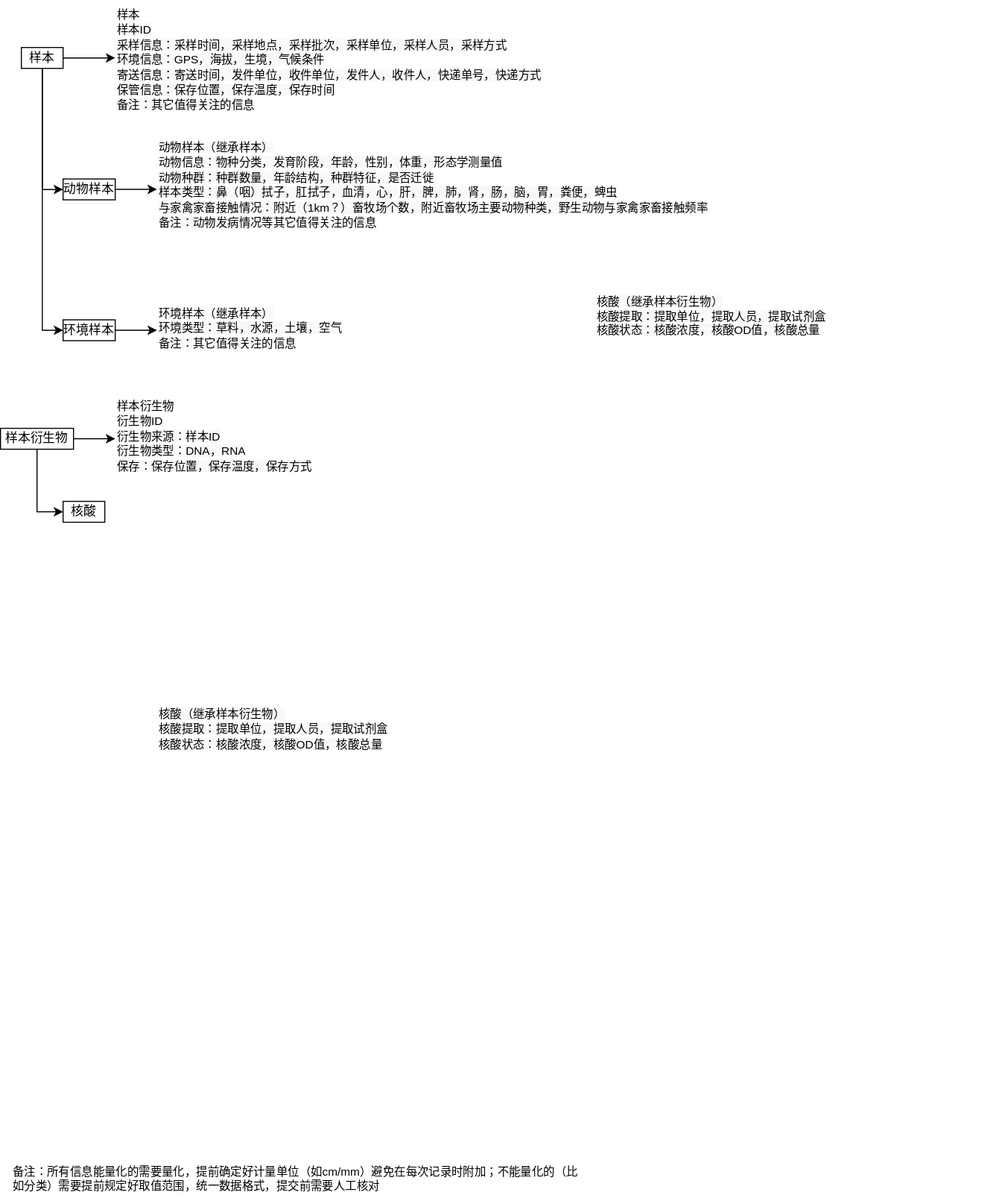
Earlier version of the draw.io export Copy of 病原大数据共享平台ER图.drawio.svg (dailypartita/diagram-kaiti). Source tidied: cells renumbered, new cells last; positions are measured from the earlier drawing's top-left corner, leaving out a move shared by most shapes.
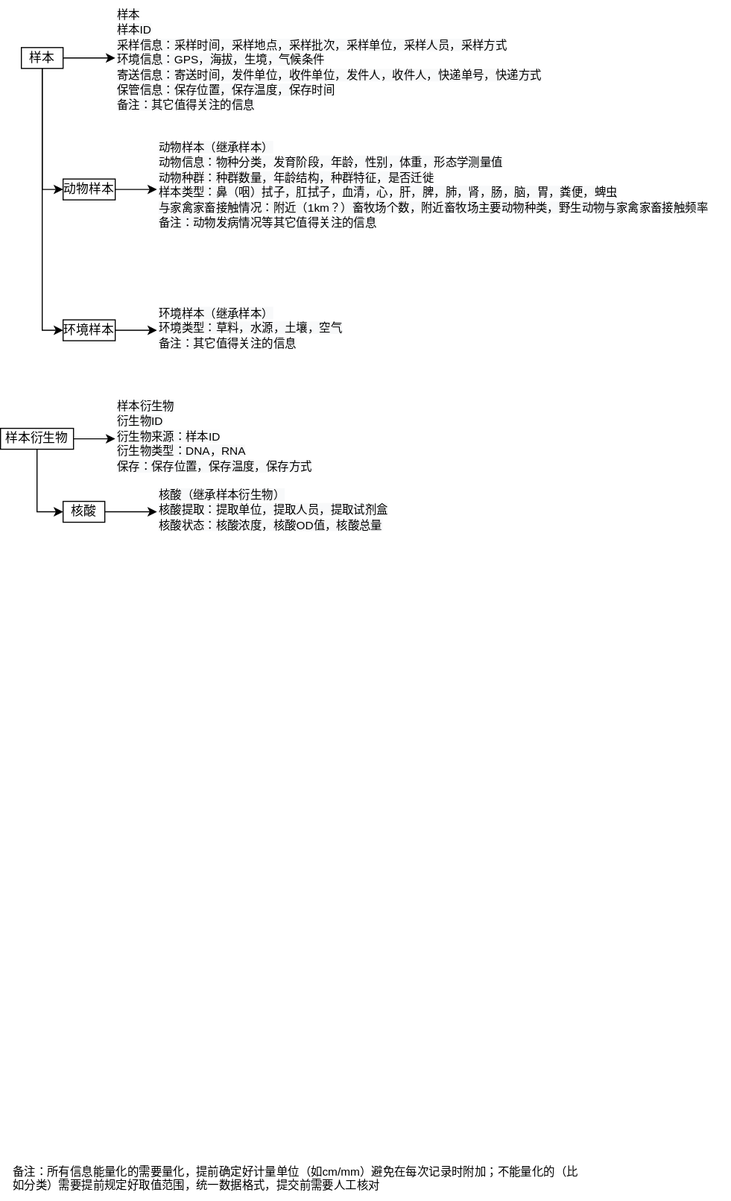
Later version of the same file.

Commit message:
Update Copy of 病原大数据共享平台ER图.drawio.svg

What changed in the source:
```diff
@@ -49,15 +49,15 @@
     <mxCell id="12" value="样本衍生物" style="rounded=0;whiteSpace=wrap;html=1;" parent="1" vertex="1">
       <mxGeometry y="410" width="70" height="20" as="geometry" />
     </mxCell>
+    <mxCell id="21" style="edgeStyle=orthogonalEdgeStyle;rounded=0;jettySize=auto;html=1;entryX=0;entryY=0.5;entryDx=0;entryDy=0;" parent="1" edge="1" source="13" target="20">
+      <mxGeometry relative="1" as="geometry" />
+    </mxCell>
     <mxCell id="13" value="核酸" style="rounded=0;whiteSpace=wrap;html=1;" parent="1" vertex="1">
       <mxGeometry x="60" y="480" width="40" height="20" as="geometry" />
     </mxCell>
     <mxCell id="14" value="备注：所有信息能量化的需要量化，提前确定好计量单位（如cm/mm）避免在每次记录时附加；不能量化的（比如分类）需要提前规定好取值范围，统一数据格式，提交前需要人工核对" style="text;whiteSpace=wrap;html=1;fontSize=11;" parent="1" vertex="1">
       <mxGeometry x="10" y="1110" width="550" height="40" as="geometry" />
     </mxCell>
-    <mxCell id="15" value="&#10;&#10;&lt;span style=&quot;color: rgb(0, 0, 0); font-family: helvetica; font-size: 11px; font-style: normal; font-weight: 400; letter-spacing: normal; text-align: left; text-indent: 0px; text-transform: none; word-spacing: 0px; background-color: rgb(248, 249, 250); display: inline; float: none;&quot;&gt;核酸（继承样本衍生物）&lt;/span&gt;&lt;br style=&quot;color: rgb(0, 0, 0); font-family: helvetica; font-size: 11px; font-style: normal; font-weight: 400; letter-spacing: normal; text-align: left; text-indent: 0px; text-transform: none; word-spacing: 0px; background-color: rgb(248, 249, 250);&quot;&gt;&lt;span style=&quot;color: rgb(0, 0, 0); font-family: helvetica; font-size: 11px; font-style: normal; font-weight: 400; letter-spacing: normal; text-align: left; text-indent: 0px; text-transform: none; word-spacing: 0px; background-color: rgb(248, 249, 250); display: inline; float: none;&quot;&gt;核酸提取：提取单位，提取人员，提取试剂盒&lt;/span&gt;&lt;br style=&quot;color: rgb(0, 0, 0); font-family: helvetica; font-size: 11px; font-style: normal; font-weight: 400; letter-spacing: normal; text-align: left; text-indent: 0px; text-transform: none; word-spacing: 0px; background-color: rgb(248, 249, 250);&quot;&gt;&lt;span style=&quot;color: rgb(0, 0, 0); font-family: helvetica; font-size: 11px; font-style: normal; font-weight: 400; letter-spacing: normal; text-align: left; text-indent: 0px; text-transform: none; word-spacing: 0px; background-color: rgb(248, 249, 250); display: inline; float: none;&quot;&gt;核酸状态：核酸浓度，核酸OD值，核酸总量&lt;/span&gt;&#10;&#10;" style="text;whiteSpace=wrap;html=1;fontSize=11;" parent="1" vertex="1">
-      <mxGeometry x="570" y="250" width="390" height="540" as="geometry" />
-    </mxCell>
     <mxCell id="16" value="&lt;span style=&quot;color: rgb(0, 0, 0); font-family: helvetica; font-size: 11px; font-style: normal; font-weight: 400; letter-spacing: normal; text-align: left; text-indent: 0px; text-transform: none; word-spacing: 0px; background-color: rgb(248, 249, 250); display: inline; float: none;&quot;&gt;样本&lt;/span&gt;&lt;br style=&quot;color: rgb(0, 0, 0); font-family: helvetica; font-size: 11px; font-style: normal; font-weight: 400; letter-spacing: normal; text-align: left; text-indent: 0px; text-transform: none; word-spacing: 0px; background-color: rgb(248, 249, 250);&quot;&gt;&lt;span style=&quot;color: rgb(0, 0, 0); font-family: helvetica; font-size: 11px; font-style: normal; font-weight: 400; letter-spacing: normal; text-align: left; text-indent: 0px; text-transform: none; word-spacing: 0px; background-color: rgb(248, 249, 250); display: inline; float: none;&quot;&gt;样本ID&lt;/span&gt;&lt;br style=&quot;color: rgb(0, 0, 0); font-family: helvetica; font-size: 11px; font-style: normal; font-weight: 400; letter-spacing: normal; text-align: left; text-indent: 0px; text-transform: none; word-spacing: 0px; background-color: rgb(248, 249, 250);&quot;&gt;&lt;span style=&quot;color: rgb(0, 0, 0); font-family: helvetica; font-size: 11px; font-style: normal; font-weight: 400; letter-spacing: normal; text-align: left; text-indent: 0px; text-transform: none; word-spacing: 0px; background-color: rgb(248, 249, 250); display: inline; float: none;&quot;&gt;采样信息：采样时间，采样地点，采样批次，采样单位，采样人员，采样方式&lt;/span&gt;&lt;br style=&quot;color: rgb(0, 0, 0); font-family: helvetica; font-size: 11px; font-style: normal; font-weight: 400; letter-spacing: normal; text-align: left; text-indent: 0px; text-transform: none; word-spacing: 0px; background-color: rgb(248, 249, 250);&quot;&gt;&lt;span style=&quot;color: rgb(0, 0, 0); font-family: helvetica; font-size: 11px; font-style: normal; font-weight: 400; letter-spacing: normal; text-align: left; text-indent: 0px; text-transform: none; word-spacing: 0px; background-color: rgb(248, 249, 250); display: inline; float: none;&quot;&gt;环境信息：GPS，海拔，生境，气候条件&lt;/span&gt;&lt;br style=&quot;color: rgb(0, 0, 0); font-family: helvetica; font-size: 11px; font-style: normal; font-weight: 400; letter-spacing: normal; text-align: left; text-indent: 0px; text-transform: none; word-spacing: 0px; background-color: rgb(248, 249, 250);&quot;&gt;&lt;span style=&quot;color: rgb(0, 0, 0); font-family: helvetica; font-size: 11px; font-style: normal; font-weight: 400; letter-spacing: normal; text-align: left; text-indent: 0px; text-transform: none; word-spacing: 0px; background-color: rgb(248, 249, 250); display: inline; float: none;&quot;&gt;寄送信息：寄送时间，发件单位，收件单位，发件人，收件人，快递单号，快递方式&lt;/span&gt;&lt;br style=&quot;color: rgb(0, 0, 0); font-family: helvetica; font-size: 11px; font-style: normal; font-weight: 400; letter-spacing: normal; text-align: left; text-indent: 0px; text-transform: none; word-spacing: 0px; background-color: rgb(248, 249, 250);&quot;&gt;&lt;span style=&quot;color: rgb(0, 0, 0); font-family: helvetica; font-size: 11px; font-style: normal; font-weight: 400; letter-spacing: normal; text-align: left; text-indent: 0px; text-transform: none; word-spacing: 0px; background-color: rgb(248, 249, 250); display: inline; float: none;&quot;&gt;保管信息：保存位置，保存温度，保存时间&lt;/span&gt;&lt;br style=&quot;color: rgb(0, 0, 0); font-family: helvetica; font-size: 11px; font-style: normal; font-weight: 400; letter-spacing: normal; text-align: left; text-indent: 0px; text-transform: none; word-spacing: 0px; background-color: rgb(248, 249, 250);&quot;&gt;&lt;span style=&quot;color: rgb(0, 0, 0); font-family: helvetica; font-size: 11px; font-style: normal; font-weight: 400; letter-spacing: normal; text-align: left; text-indent: 0px; text-transform: none; word-spacing: 0px; background-color: rgb(248, 249, 250); display: inline; float: none;&quot;&gt;备注：其它值得关注的信息&lt;/span&gt;" style="text;whiteSpace=wrap;html=1;" parent="1" vertex="1">
       <mxGeometry x="110" width="470" height="110" as="geometry" />
     </mxCell>
@@ -71,7 +71,7 @@
       <mxGeometry x="110" y="375" width="230" height="90" as="geometry" />
     </mxCell>
     <mxCell id="20" value="&lt;span style=&quot;color: rgb(0, 0, 0); font-family: helvetica; font-size: 11px; font-style: normal; font-weight: 400; letter-spacing: normal; text-align: left; text-indent: 0px; text-transform: none; word-spacing: 0px; background-color: rgb(248, 249, 250); display: inline; float: none;&quot;&gt;核酸（继承样本衍生物）&lt;/span&gt;&lt;br style=&quot;color: rgb(0, 0, 0); font-family: helvetica; font-size: 11px; font-style: normal; font-weight: 400; letter-spacing: normal; text-align: left; text-indent: 0px; text-transform: none; word-spacing: 0px; background-color: rgb(248, 249, 250);&quot;&gt;&lt;span style=&quot;color: rgb(0, 0, 0); font-family: helvetica; font-size: 11px; font-style: normal; font-weight: 400; letter-spacing: normal; text-align: left; text-indent: 0px; text-transform: none; word-spacing: 0px; background-color: rgb(248, 249, 250); display: inline; float: none;&quot;&gt;核酸提取：提取单位，提取人员，提取试剂盒&lt;/span&gt;&lt;br style=&quot;color: rgb(0, 0, 0); font-family: helvetica; font-size: 11px; font-style: normal; font-weight: 400; letter-spacing: normal; text-align: left; text-indent: 0px; text-transform: none; word-spacing: 0px; background-color: rgb(248, 249, 250);&quot;&gt;&lt;span style=&quot;color: rgb(0, 0, 0); font-family: helvetica; font-size: 11px; font-style: normal; font-weight: 400; letter-spacing: normal; text-align: left; text-indent: 0px; text-transform: none; word-spacing: 0px; background-color: rgb(248, 249, 250); display: inline; float: none;&quot;&gt;核酸状态：核酸浓度，核酸OD值，核酸总量&lt;/span&gt;" style="text;whiteSpace=wrap;html=1;" parent="1" vertex="1">
-      <mxGeometry x="150" y="670" width="270" height="60" as="geometry" />
+      <mxGeometry x="150" y="460" width="270" height="60" as="geometry" />
     </mxCell>
   </root>
 </mxGraphModel>
```
